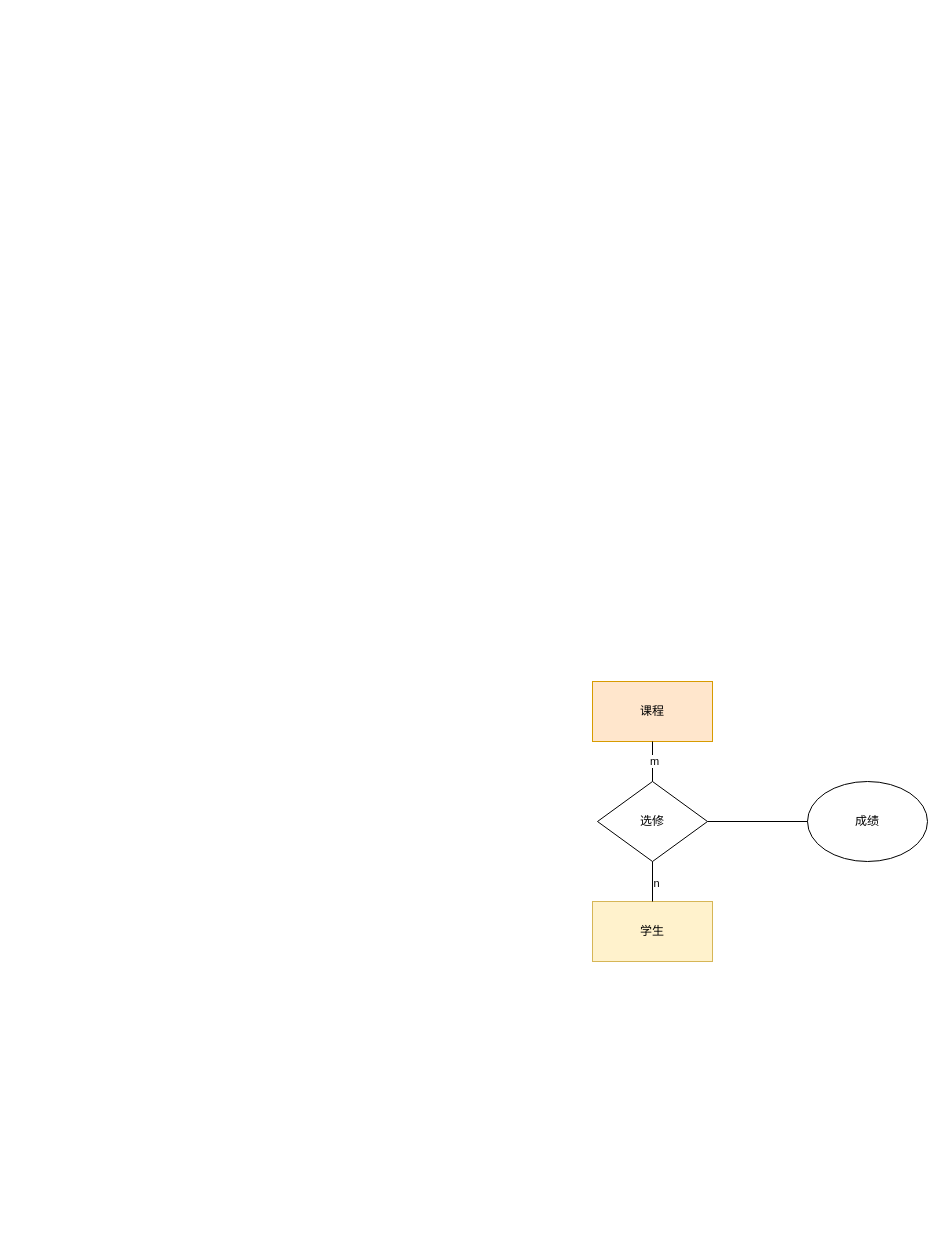
The draw.io diagram 未命名绘图.drawio in dx2331lxz/drawio, before the edit. Source tidied: cells renumbered, new cells numbered last; positions are measured from the earlier drawing's top-left corner, leaving out a move shared by most shapes. Both pictures are drawn from the tidied source at 100%, with x=0, y=0 at pixel (592, 681).
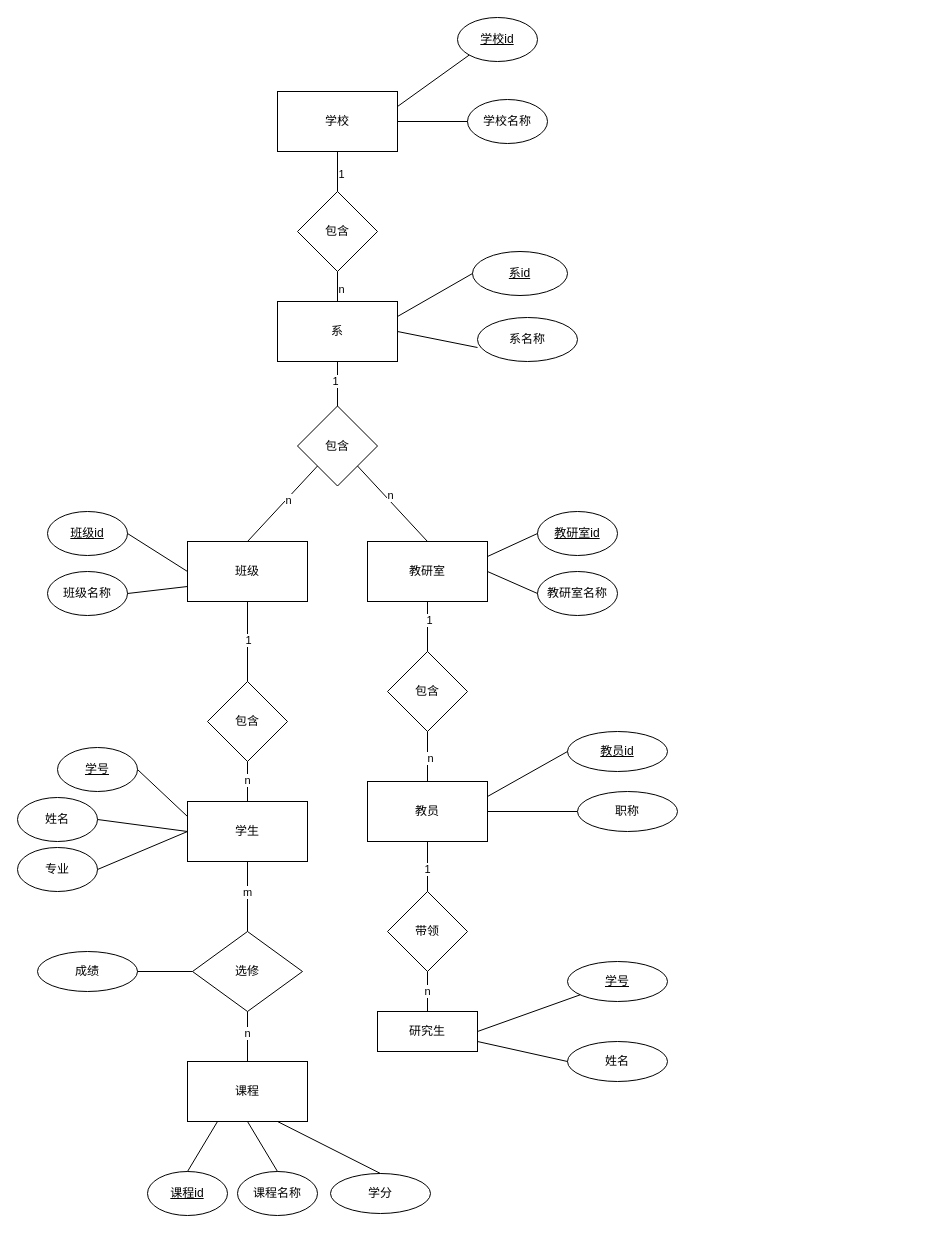
The same diagram, later.

Commit message:
更新未命名绘图.drawio

Diff of the diagram source:
```diff
@@
-    <mxCell id="2" value="课程" style="rounded=0;whiteSpace=wrap;html=1;fillColor=#ffe6cc;strokeColor=#d79b00;" parent="1" vertex="1">
-      <mxGeometry width="120" height="60" as="geometry" />
+    <mxCell id="2" value="课程" style="rounded=0;whiteSpace=wrap;html=1;" parent="1" vertex="1">
+      <mxGeometry x="-405" y="380" width="120" height="60" as="geometry" />
     </mxCell>
-    <mxCell id="3" value="学生" style="rounded=0;whiteSpace=wrap;html=1;fillColor=#fff2cc;strokeColor=#d6b656;" parent="1" vertex="1">
-      <mxGeometry y="220" width="120" height="60" as="geometry" />
+    <mxCell id="3" value="学生" style="rounded=0;whiteSpace=wrap;html=1;" parent="1" vertex="1">
+      <mxGeometry x="-405" y="120" width="120" height="60" as="geometry" />
     </mxCell>
     <mxCell id="4" value="选修" style="rhombus;whiteSpace=wrap;html=1;" parent="1" vertex="1">
-      <mxGeometry x="5" y="100" width="110" height="80" as="geometry" />
+      <mxGeometry x="-400" y="250" width="110" height="80" as="geometry" />
     </mxCell>
+    <mxCell id="11" value="学校" style="rounded=0;whiteSpace=wrap;html=1;" parent="1" vertex="1">
+      <mxGeometry x="-315" y="-590" width="120" height="60" as="geometry" />
+    </mxCell>
+    <mxCell id="12" value="班级" style="rounded=0;whiteSpace=wrap;html=1;" parent="1" vertex="1">
+      <mxGeometry x="-405" y="-140" width="120" height="60" as="geometry" />
+    </mxCell>
+    <mxCell id="13" value="教研室" style="rounded=0;whiteSpace=wrap;html=1;" parent="1" vertex="1">
+      <mxGeometry x="-225" y="-140" width="120" height="60" as="geometry" />
+    </mxCell>
+    <mxCell id="14" value="教员" style="rounded=0;whiteSpace=wrap;html=1;" parent="1" vertex="1">
+      <mxGeometry x="-225" y="100" width="120" height="60" as="geometry" />
+    </mxCell>
+    <mxCell id="15" value="系" style="rounded=0;whiteSpace=wrap;html=1;" parent="1" vertex="1">
+      <mxGeometry x="-315" y="-380" width="120" height="60" as="geometry" />
+    </mxCell>
+    <mxCell id="16" value="包含" style="rhombus;whiteSpace=wrap;html=1;" parent="1" vertex="1">
+      <mxGeometry x="-295" y="-275.5" width="80" height="80" as="geometry" />
+    </mxCell>
+    <mxCell id="17" style="endArrow=none;html=1;rounded=0;entryX=0.5;entryY=1;entryDx=0;entryDy=0;exitX=0.5;exitY=0;exitDx=0;exitDy=0;" parent="1" edge="1" source="16" target="15">
+      <mxGeometry relative="1" as="geometry" />
+    </mxCell>
+    <mxCell id="18" value="1" style="edgeLabel;html=1;align=center;verticalAlign=middle;" parent="17" vertex="1">
+      <mxGeometry x="0.15" y="3" relative="1" as="geometry">
+        <mxPoint y="1" as="offset" />
+      </mxGeometry>
+    </mxCell>
+    <mxCell id="19" style="endArrow=none;html=1;rounded=0;entryX=0;entryY=1;entryDx=0;entryDy=0;exitX=0.5;exitY=0;exitDx=0;exitDy=0;" parent="1" edge="1" source="12" target="16">
+      <mxGeometry relative="1" as="geometry" />
+    </mxCell>
+    <mxCell id="20" value="n" style="edgeLabel;html=1;align=center;verticalAlign=middle;" parent="19" vertex="1">
+      <mxGeometry x="0.13" y="-2" relative="1" as="geometry" />
+    </mxCell>
+    <mxCell id="21" style="endArrow=none;html=1;rounded=0;entryX=1;entryY=1;entryDx=0;entryDy=0;exitX=0.5;exitY=0;exitDx=0;exitDy=0;" parent="1" edge="1" source="13" target="16">
+      <mxGeometry relative="1" as="geometry" />
+    </mxCell>
+    <mxCell id="22" value="n" style="edgeLabel;html=1;align=center;verticalAlign=middle;" parent="21" vertex="1">
+      <mxGeometry x="0.16" y="-4" relative="1" as="geometry" />
+    </mxCell>
+    <mxCell id="23" value="包含" style="rhombus;whiteSpace=wrap;html=1;" parent="1" vertex="1">
+      <mxGeometry x="-205" y="-30" width="80" height="80" as="geometry" />
+    </mxCell>
+    <mxCell id="24" style="endArrow=none;html=1;rounded=0;entryX=0.5;entryY=1;entryDx=0;entryDy=0;exitX=0.5;exitY=0;exitDx=0;exitDy=0;" parent="1" edge="1" source="23" target="13">
+      <mxGeometry relative="1" as="geometry" />
+    </mxCell>
+    <mxCell id="25" value="1" style="edgeLabel;html=1;align=center;verticalAlign=middle;" parent="24" vertex="1">
+      <mxGeometry x="0.28" y="-1" relative="1" as="geometry" />
+    </mxCell>
+    <mxCell id="26" style="endArrow=none;html=1;rounded=0;entryX=0.5;entryY=1;entryDx=0;entryDy=0;exitX=0.5;exitY=0;exitDx=0;exitDy=0;" parent="1" edge="1" source="14" target="23">
+      <mxGeometry relative="1" as="geometry" />
+    </mxCell>
+    <mxCell id="27" value="n" style="edgeLabel;html=1;align=center;verticalAlign=middle;" parent="26" vertex="1">
+      <mxGeometry x="-0.04" y="-2" relative="1" as="geometry" />
+    </mxCell>
+    <mxCell id="28" value="带领" style="rhombus;whiteSpace=wrap;html=1;" parent="1" vertex="1">
+      <mxGeometry x="-205" y="210" width="80" height="80" as="geometry" />
+    </mxCell>
+    <mxCell id="29" style="endArrow=none;html=1;rounded=0;entryX=0.5;entryY=1;entryDx=0;entryDy=0;exitX=0.5;exitY=0;exitDx=0;exitDy=0;" parent="1" edge="1" source="28" target="14">
+      <mxGeometry relative="1" as="geometry" />
+    </mxCell>
+    <mxCell id="30" value="1" style="edgeLabel;html=1;align=center;verticalAlign=middle;" parent="29" vertex="1">
+      <mxGeometry x="-0.08" y="1" relative="1" as="geometry" />
+    </mxCell>
+    <mxCell id="31" style="endArrow=none;html=1;rounded=0;entryX=0.5;entryY=1;entryDx=0;entryDy=0;exitX=0.5;exitY=0;exitDx=0;exitDy=0;" parent="1" edge="1" source="4" target="3">
+      <mxGeometry relative="1" as="geometry" />
+    </mxCell>
+    <mxCell id="7" value="m" style="edgeLabel;html=1;align=center;verticalAlign=middle;" parent="31" vertex="1">
+      <mxGeometry x="0.13" y="1" relative="1" as="geometry" />
+    </mxCell>
+    <mxCell id="32" style="endArrow=none;html=1;rounded=0;entryX=0.5;entryY=1;entryDx=0;entryDy=0;exitX=0.5;exitY=0;exitDx=0;exitDy=0;" parent="1" edge="1" source="2" target="4">
+      <mxGeometry relative="1" as="geometry" />
+    </mxCell>
+    <mxCell id="33" value="n" style="edgeLabel;html=1;align=center;verticalAlign=middle;" parent="32" vertex="1">
+      <mxGeometry x="0.17" y="1" relative="1" as="geometry" />
+    </mxCell>
+    <mxCell id="34" value="包含" style="rhombus;whiteSpace=wrap;html=1;" parent="1" vertex="1">
+      <mxGeometry x="-385" width="80" height="80" as="geometry" />
+    </mxCell>
+    <mxCell id="35" style="endArrow=none;html=1;rounded=0;entryX=0.5;entryY=1;entryDx=0;entryDy=0;exitX=0.5;exitY=0;exitDx=0;exitDy=0;" parent="1" edge="1" source="34" target="12">
+      <mxGeometry relative="1" as="geometry" />
+    </mxCell>
+    <mxCell id="36" value="1" style="edgeLabel;html=1;align=center;verticalAlign=middle;" parent="35" vertex="1">
+      <mxGeometry x="0.05" relative="1" as="geometry" />
+    </mxCell>
+    <mxCell id="37" style="endArrow=none;html=1;rounded=0;entryX=0.5;entryY=1;entryDx=0;entryDy=0;exitX=0.5;exitY=0;exitDx=0;exitDy=0;" parent="1" edge="1" source="3" target="34">
+      <mxGeometry relative="1" as="geometry" />
+    </mxCell>
+    <mxCell id="38" value="n" style="edgeLabel;html=1;align=center;verticalAlign=middle;" parent="37" vertex="1">
+      <mxGeometry x="0.09" y="1" relative="1" as="geometry" />
+    </mxCell>
+    <mxCell id="39" value="包含" style="rhombus;whiteSpace=wrap;html=1;" parent="1" vertex="1">
+      <mxGeometry x="-295" y="-490" width="80" height="80" as="geometry" />
+    </mxCell>
+    <mxCell id="40" style="endArrow=none;html=1;rounded=0;entryX=0.5;entryY=1;entryDx=0;entryDy=0;exitX=0.5;exitY=0;exitDx=0;exitDy=0;" parent="1" edge="1" source="39" target="11">
+      <mxGeometry relative="1" as="geometry" />
+    </mxCell>
+    <mxCell id="41" value="1" style="edgeLabel;html=1;align=center;verticalAlign=middle;" parent="40" vertex="1">
+      <mxGeometry x="-0.1" y="-3" relative="1" as="geometry" />
+    </mxCell>
+    <mxCell id="42" style="endArrow=none;html=1;rounded=0;entryX=0.5;entryY=1;entryDx=0;entryDy=0;exitX=0.5;exitY=0;exitDx=0;exitDy=0;" parent="1" edge="1" source="15" target="39">
+      <mxGeometry relative="1" as="geometry" />
+    </mxCell>
+    <mxCell id="43" value="n" style="edgeLabel;html=1;align=center;verticalAlign=middle;" parent="42" vertex="1">
+      <mxGeometry x="-0.13" y="-3" relative="1" as="geometry" />
+    </mxCell>
+    <mxCell id="44" value="&lt;u&gt;学校id&lt;/u&gt;" style="ellipse;whiteSpace=wrap;html=1;" parent="1" vertex="1">
+      <mxGeometry x="-135" y="-664" width="80" height="44" as="geometry" />
+    </mxCell>
+    <mxCell id="45" style="endArrow=none;html=1;rounded=0;entryX=0;entryY=1;entryDx=0;entryDy=0;exitX=1;exitY=0.25;exitDx=0;exitDy=0;" parent="1" edge="1" source="11" target="44">
+      <mxGeometry relative="1" as="geometry" />
+    </mxCell>
+    <mxCell id="46" value="学校名称" style="ellipse;whiteSpace=wrap;html=1;" parent="1" vertex="1">
+      <mxGeometry x="-125" y="-582" width="80" height="44" as="geometry" />
+    </mxCell>
+    <mxCell id="47" style="endArrow=none;html=1;rounded=0;entryX=0;entryY=0.5;entryDx=0;entryDy=0;exitX=1;exitY=0.5;exitDx=0;exitDy=0;" parent="1" edge="1" source="11" target="46">
+      <mxGeometry relative="1" as="geometry" />
+    </mxCell>
+    <mxCell id="48" value="&lt;u&gt;系id&lt;/u&gt;" style="ellipse;whiteSpace=wrap;html=1;" parent="1" vertex="1">
+      <mxGeometry x="-120" y="-430" width="95" height="44" as="geometry" />
+    </mxCell>
+    <mxCell id="49" style="endArrow=none;html=1;rounded=0;entryX=0;entryY=0.5;entryDx=0;entryDy=0;exitX=1;exitY=0.25;exitDx=0;exitDy=0;" parent="1" edge="1" source="15" target="48">
+      <mxGeometry relative="1" as="geometry" />
+    </mxCell>
+    <mxCell id="50" value="系名称" style="ellipse;whiteSpace=wrap;html=1;" parent="1" vertex="1">
+      <mxGeometry x="-115" y="-364" width="100" height="44" as="geometry" />
+    </mxCell>
+    <mxCell id="51" style="endArrow=none;html=1;rounded=0;entryX=0;entryY=0.682;entryDx=0;entryDy=0;entryPerimeter=0;exitX=1;exitY=0.5;exitDx=0;exitDy=0;" parent="1" edge="1" source="15" target="50">
+      <mxGeometry relative="1" as="geometry" />
+    </mxCell>
+    <mxCell id="52" value="&lt;u&gt;教研室id&lt;/u&gt;" style="ellipse;whiteSpace=wrap;html=1;" parent="1" vertex="1">
+      <mxGeometry x="-55" y="-170" width="80" height="44" as="geometry" />
+    </mxCell>
+    <mxCell id="53" value="教研室名称" style="ellipse;whiteSpace=wrap;html=1;" parent="1" vertex="1">
+      <mxGeometry x="-55" y="-110" width="80" height="44" as="geometry" />
+    </mxCell>
+    <mxCell id="54" style="endArrow=none;html=1;rounded=0;entryX=0;entryY=0.5;entryDx=0;entryDy=0;exitX=1;exitY=0.25;exitDx=0;exitDy=0;" parent="1" edge="1" source="13" target="52">
+      <mxGeometry relative="1" as="geometry" />
+    </mxCell>
+    <mxCell id="55" style="endArrow=none;html=1;rounded=0;entryX=0;entryY=0.5;entryDx=0;entryDy=0;exitX=1;exitY=0.5;exitDx=0;exitDy=0;" parent="1" edge="1" source="13" target="53">
+      <mxGeometry relative="1" as="geometry" />
+    </mxCell>
+    <mxCell id="56" value="班级名称" style="ellipse;whiteSpace=wrap;html=1;" parent="1" vertex="1">
+      <mxGeometry x="-545" y="-110" width="80" height="44" as="geometry" />
+    </mxCell>
+    <mxCell id="57" style="endArrow=none;html=1;rounded=0;entryX=0;entryY=0.75;entryDx=0;entryDy=0;exitX=1;exitY=0.5;exitDx=0;exitDy=0;" parent="1" edge="1" source="56" target="12">
+      <mxGeometry relative="1" as="geometry" />
+    </mxCell>
+    <mxCell id="58" value="&lt;u&gt;班级id&lt;/u&gt;" style="ellipse;whiteSpace=wrap;html=1;" parent="1" vertex="1">
+      <mxGeometry x="-545" y="-170" width="80" height="44" as="geometry" />
+    </mxCell>
+    <mxCell id="59" style="endArrow=none;html=1;rounded=0;entryX=0;entryY=0.5;entryDx=0;entryDy=0;exitX=1;exitY=0.5;exitDx=0;exitDy=0;" parent="1" edge="1" source="58" target="12">
+      <mxGeometry relative="1" as="geometry" />
+    </mxCell>
+    <mxCell id="60" value="姓名" style="ellipse;whiteSpace=wrap;html=1;" parent="1" vertex="1">
+      <mxGeometry x="-575" y="116" width="80" height="44" as="geometry" />
+    </mxCell>
+    <mxCell id="61" value="&lt;u&gt;学号&lt;/u&gt;" style="ellipse;whiteSpace=wrap;html=1;" parent="1" vertex="1">
+      <mxGeometry x="-535" y="66" width="80" height="44" as="geometry" />
+    </mxCell>
+    <mxCell id="62" value="专业" style="ellipse;whiteSpace=wrap;html=1;" parent="1" vertex="1">
+      <mxGeometry x="-575" y="166" width="80" height="44" as="geometry" />
+    </mxCell>
+    <mxCell id="63" style="endArrow=none;html=1;rounded=0;entryX=0;entryY=0.25;entryDx=0;entryDy=0;exitX=1;exitY=0.5;exitDx=0;exitDy=0;" parent="1" edge="1" source="61" target="3">
+      <mxGeometry relative="1" as="geometry" />
+    </mxCell>
+    <mxCell id="64" style="endArrow=none;html=1;rounded=0;entryX=0;entryY=0.5;entryDx=0;entryDy=0;exitX=1;exitY=0.5;exitDx=0;exitDy=0;" parent="1" edge="1" source="60" target="3">
+      <mxGeometry relative="1" as="geometry" />
+    </mxCell>
+    <mxCell id="65" style="endArrow=none;html=1;rounded=0;entryX=0;entryY=0.5;entryDx=0;entryDy=0;exitX=1;exitY=0.5;exitDx=0;exitDy=0;" parent="1" edge="1" source="62" target="3">
+      <mxGeometry relative="1" as="geometry" />
+    </mxCell>
+    <mxCell id="66" value="&lt;u&gt;课程id&lt;/u&gt;" style="ellipse;whiteSpace=wrap;html=1;" parent="1" vertex="1">
+      <mxGeometry x="-445" y="490" width="80" height="44" as="geometry" />
+    </mxCell>
+    <mxCell id="67" value="课程名称" style="ellipse;whiteSpace=wrap;html=1;" parent="1" vertex="1">
+      <mxGeometry x="-355" y="490" width="80" height="44" as="geometry" />
+    </mxCell>
+    <mxCell id="68" style="endArrow=none;html=1;rounded=0;entryX=0.25;entryY=1;entryDx=0;entryDy=0;exitX=0.5;exitY=0;exitDx=0;exitDy=0;" parent="1" edge="1" source="66" target="2">
+      <mxGeometry relative="1" as="geometry" />
+    </mxCell>
+    <mxCell id="69" style="endArrow=none;html=1;rounded=0;entryX=0.5;entryY=1;entryDx=0;entryDy=0;exitX=0.5;exitY=0;exitDx=0;exitDy=0;" parent="1" edge="1" source="67" target="2">
+      <mxGeometry relative="1" as="geometry" />
+    </mxCell>
+    <mxCell id="70" style="endArrow=none;html=1;rounded=0;exitX=1;exitY=0.5;exitDx=0;exitDy=0;entryX=0;entryY=0.5;entryDx=0;entryDy=0;" parent="1" edge="1" source="14" target="73">
+      <mxGeometry relative="1" as="geometry" />
+    </mxCell>
+    <mxCell id="71" value="教员id" style="ellipse;whiteSpace=wrap;html=1;align=center;fontStyle=4;" parent="1" vertex="1">
+      <mxGeometry x="-25" y="50" width="100" height="40" as="geometry" />
+    </mxCell>
+    <mxCell id="72" style="endArrow=none;html=1;rounded=0;exitX=1;exitY=0.25;exitDx=0;exitDy=0;entryX=0;entryY=0.5;entryDx=0;entryDy=0;" parent="1" edge="1" source="14" target="71">
+      <mxGeometry relative="1" as="geometry" />
+    </mxCell>
-    <mxCell id="5" value="成绩" style="ellipse;whiteSpace=wrap;html=1;" parent="1" vertex="1">
-      <mxGeometry x="215" y="100" width="120" height="80" as="geometry" />
+    <mxCell id="5" value="成绩" style="ellipse;whiteSpace=wrap;html=1;align=center;" parent="1" vertex="1">
+      <mxGeometry x="-555" y="270" width="100" height="40" as="geometry" />
     </mxCell>
-    <mxCell id="6" style="endArrow=none;html=1;rounded=0;entryX=0.5;entryY=1;entryDx=0;entryDy=0;exitX=0.5;exitY=0;exitDx=0;exitDy=0;" parent="1" edge="1" source="4" target="2">
-      <mxGeometry relative="1" as="geometry" />
-    </mxCell>
-    <mxCell id="7" value="m" style="edgeLabel;html=1;align=center;verticalAlign=middle;" parent="6" vertex="1">
-      <mxGeometry x="0.05" y="-1" relative="1" as="geometry" />
-    </mxCell>
-    <mxCell id="8" style="endArrow=none;html=1;rounded=0;entryX=0.5;entryY=1;entryDx=0;entryDy=0;exitX=0.5;exitY=0;exitDx=0;exitDy=0;" parent="1" edge="1" source="3" target="4">
-      <mxGeometry relative="1" as="geometry" />
-    </mxCell>
-    <mxCell id="9" value="n" style="edgeLabel;html=1;align=center;verticalAlign=middle;" parent="8" vertex="1">
-      <mxGeometry x="-0.05" y="-3" relative="1" as="geometry" />
-    </mxCell>
-    <mxCell id="10" style="endArrow=none;html=1;rounded=0;entryX=0;entryY=0.5;entryDx=0;entryDy=0;exitX=1;exitY=0.5;exitDx=0;exitDy=0;" parent="1" edge="1" source="4" target="5">
-      <mxGeometry relative="1" as="geometry" />
-    </mxCell>
+    <mxCell id="73" value="职称" style="ellipse;whiteSpace=wrap;html=1;align=center;" parent="1" vertex="1">
+      <mxGeometry x="-15" y="110" width="100" height="40" as="geometry" />
+    </mxCell>
+    <mxCell id="74" value="研究生" style="whiteSpace=wrap;html=1;align=center;" parent="1" vertex="1">
+      <mxGeometry x="-215" y="330" width="100" height="40" as="geometry" />
+    </mxCell>
+    <mxCell id="75" value="n" style="endArrow=none;html=1;rounded=0;exitX=0.5;exitY=1;exitDx=0;exitDy=0;entryX=0.5;entryY=0;entryDx=0;entryDy=0;" parent="1" edge="1" source="28" target="74">
+      <mxGeometry relative="1" as="geometry" />
+    </mxCell>
+    <mxCell id="76" value="学号" style="ellipse;whiteSpace=wrap;html=1;align=center;fontStyle=4;" parent="1" vertex="1">
+      <mxGeometry x="-25" y="280" width="100" height="40" as="geometry" />
+    </mxCell>
+    <mxCell id="77" value="姓名" style="ellipse;whiteSpace=wrap;html=1;align=center;" parent="1" vertex="1">
+      <mxGeometry x="-25" y="360" width="100" height="40" as="geometry" />
+    </mxCell>
+    <mxCell id="78" style="endArrow=none;html=1;rounded=0;exitX=1;exitY=0.5;exitDx=0;exitDy=0;" parent="1" edge="1" source="74" target="76">
+      <mxGeometry relative="1" as="geometry" />
+    </mxCell>
+    <mxCell id="79" style="endArrow=none;html=1;rounded=0;exitX=1;exitY=0.75;exitDx=0;exitDy=0;entryX=0;entryY=0.5;entryDx=0;entryDy=0;" parent="1" edge="1" source="74" target="77">
+      <mxGeometry relative="1" as="geometry" />
+    </mxCell>
+    <mxCell id="80" style="endArrow=none;html=1;rounded=0;exitX=1;exitY=0.5;exitDx=0;exitDy=0;entryX=0;entryY=0.5;entryDx=0;entryDy=0;" parent="1" edge="1" source="5" target="4">
+      <mxGeometry relative="1" as="geometry" />
+    </mxCell>
+    <mxCell id="81" value="学分" style="ellipse;whiteSpace=wrap;html=1;align=center;" parent="1" vertex="1">
+      <mxGeometry x="-262" y="492" width="100" height="40" as="geometry" />
+    </mxCell>
+    <mxCell id="82" style="endArrow=none;html=1;rounded=0;exitX=0.75;exitY=1;exitDx=0;exitDy=0;entryX=0.5;entryY=0;entryDx=0;entryDy=0;" parent="1" edge="1" source="2" target="81">
+      <mxGeometry relative="1" as="geometry" />
+    </mxCell>
```
